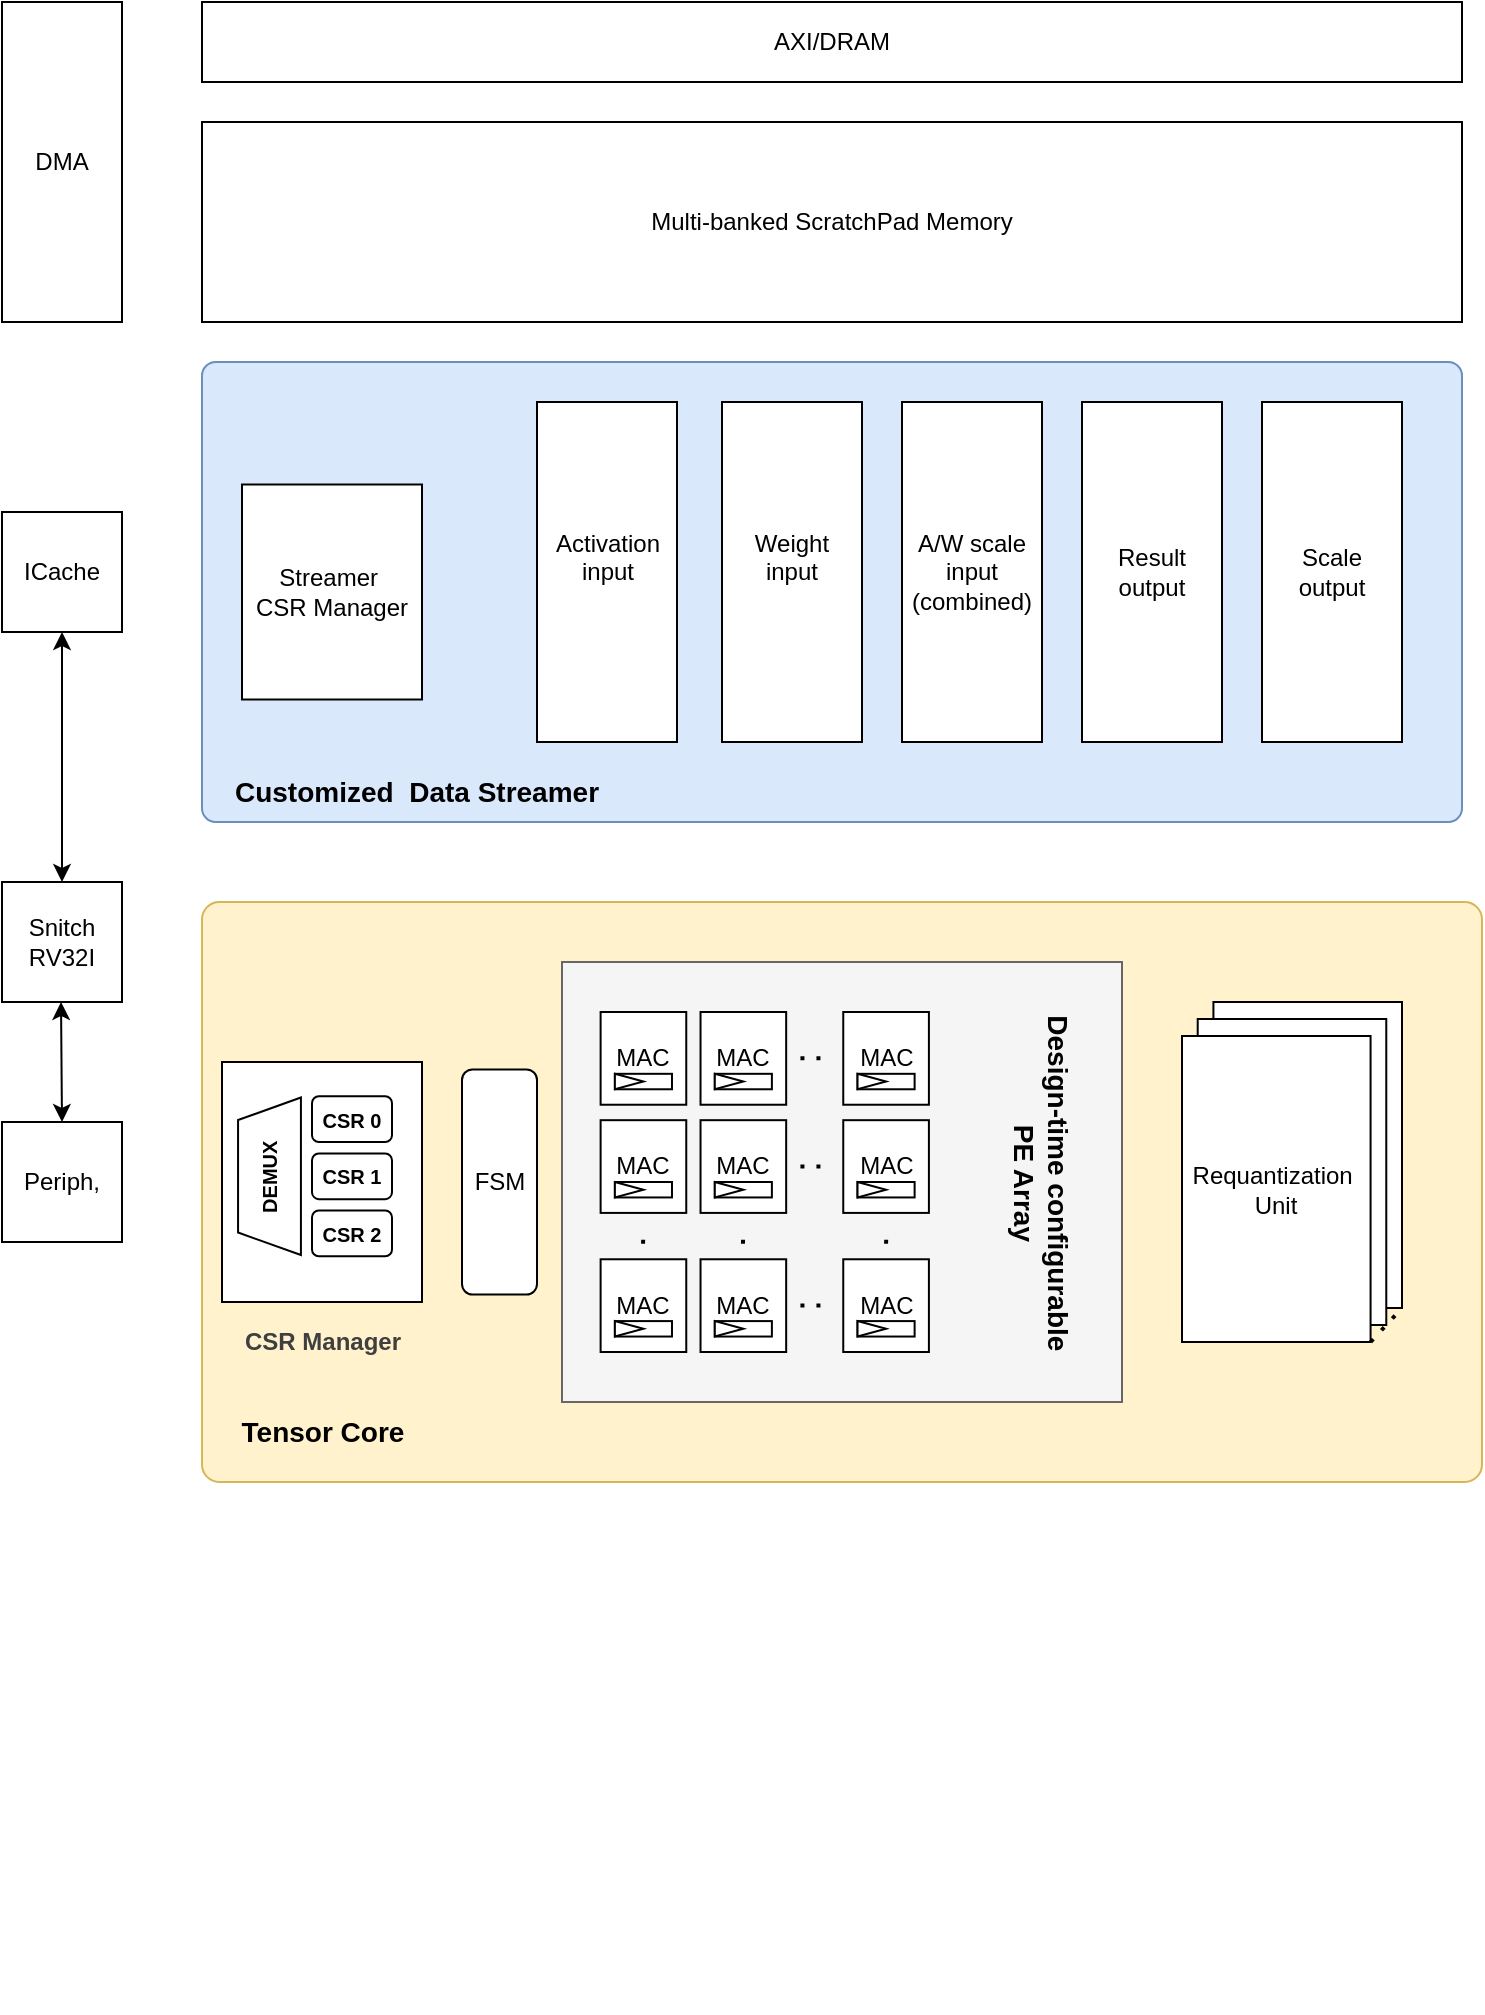
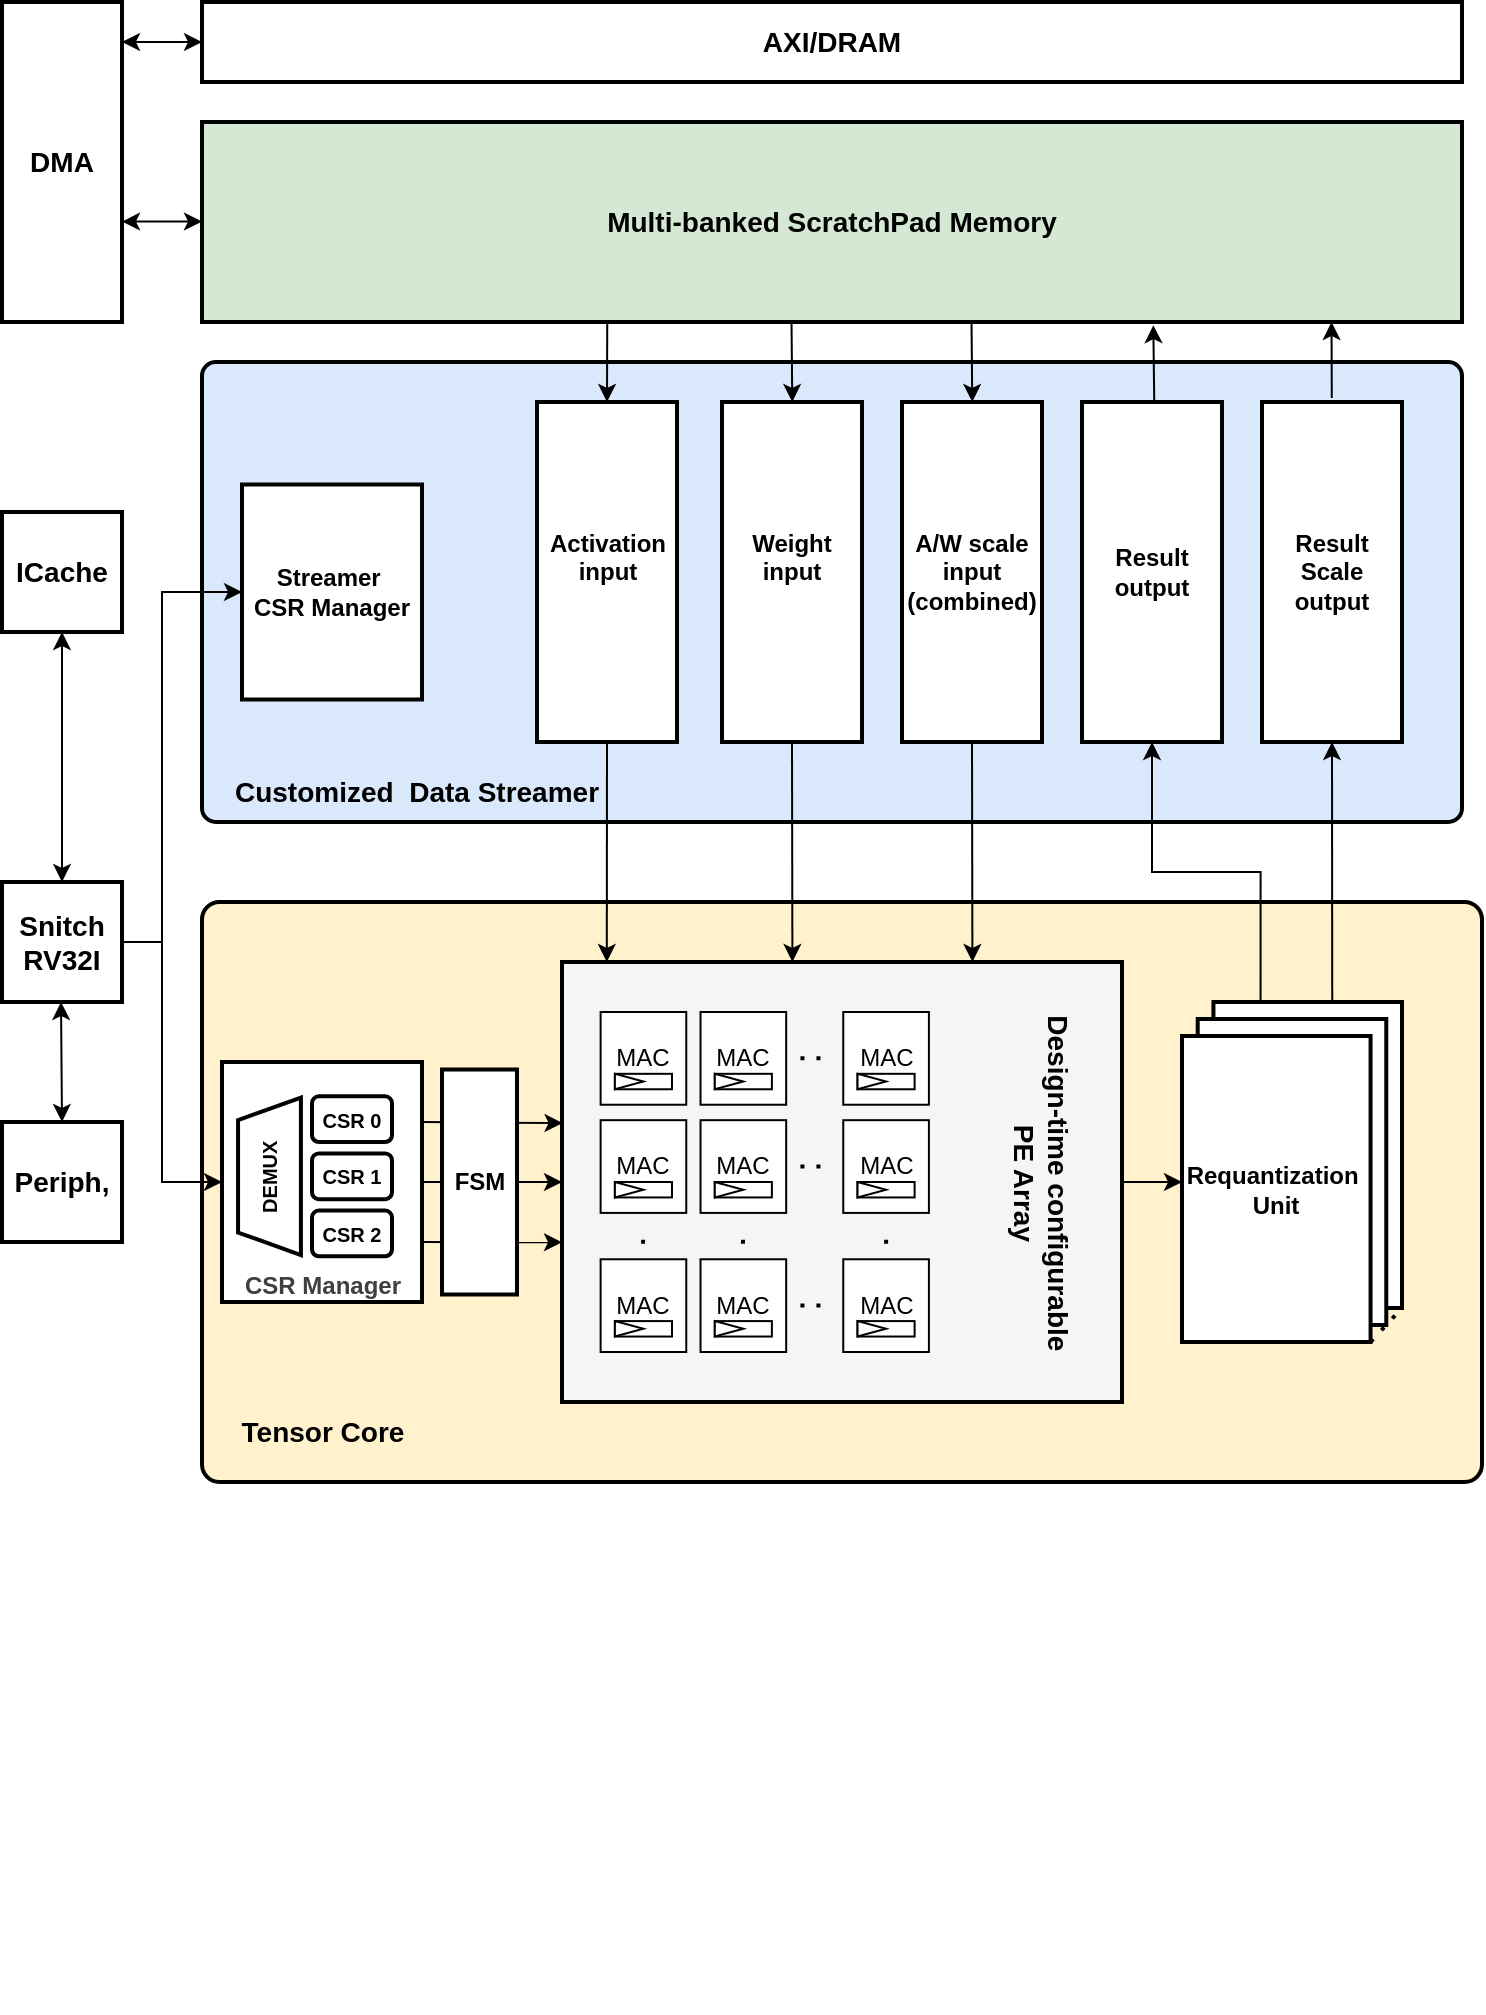
<mxfile host="65bd71144e">
    <diagram id="tterGfqB69VTAQMkCvwW" name="Page-1">
-         <mxGraphModel dx="695" dy="501" grid="1" gridSize="10" guides="1" tooltips="1" connect="1" arrows="1" fold="1" page="1" pageScale="1" pageWidth="1200" pageHeight="1600" math="0" shadow="0">
+         <mxGraphModel dx="797" dy="779" grid="1" gridSize="10" guides="1" tooltips="1" connect="1" arrows="1" fold="1" page="1" pageScale="1" pageWidth="1200" pageHeight="1600" math="0" shadow="0">
            <root>
                <mxCell id="0"/>
                <mxCell id="1" parent="0"/>
-                 <mxCell id="80" value="" style="rounded=1;whiteSpace=wrap;html=1;fillColor=#fff2cc;strokeColor=#d6b656;arcSize=3;" parent="1" vertex="1">
+                 <mxCell id="80" value="" style="rounded=1;whiteSpace=wrap;html=1;fillColor=#fff2cc;strokeColor=#000000;arcSize=3;strokeWidth=2;" parent="1" vertex="1">
                    <mxGeometry x="230" y="490" width="640" height="290" as="geometry"/>
                </mxCell>
-                 <mxCell id="16" value="" style="rounded=1;whiteSpace=wrap;html=1;fillColor=#dae8fc;strokeColor=#6c8ebf;arcSize=3;" parent="1" vertex="1">
+                 <mxCell id="16" value="" style="rounded=1;whiteSpace=wrap;html=1;fillColor=#dae8fc;strokeColor=#000000;arcSize=3;strokeWidth=2;" parent="1" vertex="1">
                    <mxGeometry x="230" y="220" width="630" height="230" as="geometry"/>
                </mxCell>
-                 <mxCell id="2" value="Multi-banked ScratchPad Memory" style="rounded=0;whiteSpace=wrap;html=1;" parent="1" vertex="1">
+                 <mxCell id="2" value="&lt;font style=&quot;font-size: 14px;&quot;&gt;&lt;b&gt;Multi-banked ScratchPad Memory&lt;/b&gt;&lt;/font&gt;" style="rounded=0;whiteSpace=wrap;html=1;fillColor=#d5e8d4;strokeColor=#000000;strokeWidth=2;" parent="1" vertex="1">
                    <mxGeometry x="230" y="100" width="630" height="100" as="geometry"/>
                </mxCell>
-                 <mxCell id="3" value="Activation&lt;div&gt;&lt;font color=&quot;#000000&quot;&gt;input&lt;br&gt;&lt;/font&gt;&lt;div&gt;&lt;br&gt;&lt;/div&gt;&lt;/div&gt;" style="rounded=0;whiteSpace=wrap;html=1;" parent="1" vertex="1">
+                 <mxCell id="3" value="&lt;b&gt;Activation&lt;/b&gt;&lt;div&gt;&lt;font color=&quot;#000000&quot;&gt;&lt;b&gt;input&lt;br&gt;&lt;/b&gt;&lt;/font&gt;&lt;div&gt;&lt;br&gt;&lt;/div&gt;&lt;/div&gt;" style="rounded=0;whiteSpace=wrap;html=1;strokeWidth=2;" parent="1" vertex="1">
                    <mxGeometry x="397.5" y="240" width="70" height="170" as="geometry"/>
                </mxCell>
-                 <mxCell id="4" value="Weight&lt;div&gt;&lt;font color=&quot;#000000&quot;&gt;input&lt;br&gt;&lt;/font&gt;&lt;div&gt;&lt;br&gt;&lt;/div&gt;&lt;/div&gt;" style="rounded=0;whiteSpace=wrap;html=1;" parent="1" vertex="1">
+                 <mxCell id="127" style="edgeStyle=none;html=1;exitX=0.5;exitY=1;exitDx=0;exitDy=0;" parent="1" source="4" edge="1">
+                     <mxGeometry relative="1" as="geometry">
+                         <mxPoint x="525.2" y="520" as="targetPoint"/>
+                     </mxGeometry>
+                 </mxCell>
+                 <mxCell id="4" value="&lt;b&gt;Weight&lt;/b&gt;&lt;div&gt;&lt;font color=&quot;#000000&quot;&gt;&lt;b&gt;input&lt;br&gt;&lt;/b&gt;&lt;/font&gt;&lt;div&gt;&lt;br&gt;&lt;/div&gt;&lt;/div&gt;" style="rounded=0;whiteSpace=wrap;html=1;strokeColor=default;strokeWidth=2;align=center;verticalAlign=middle;fontFamily=Helvetica;fontSize=12;fontColor=default;fillColor=default;" parent="1" vertex="1">
                    <mxGeometry x="490" y="240" width="70" height="170" as="geometry"/>
                </mxCell>
-                 <mxCell id="5" value="A/W scale&lt;div&gt;&lt;font color=&quot;#000000&quot;&gt;input&lt;/font&gt;&lt;/div&gt;&lt;div&gt;(combined)&lt;/div&gt;" style="rounded=0;whiteSpace=wrap;html=1;strokeColor=default;align=center;verticalAlign=middle;fontFamily=Helvetica;fontSize=12;fontColor=default;fillColor=default;" parent="1" vertex="1">
+                 <mxCell id="128" style="edgeStyle=none;html=1;exitX=0.5;exitY=1;exitDx=0;exitDy=0;" parent="1" source="5" edge="1">
+                     <mxGeometry relative="1" as="geometry">
+                         <mxPoint x="615.2" y="520" as="targetPoint"/>
+                     </mxGeometry>
+                 </mxCell>
+                 <mxCell id="5" value="&lt;b&gt;A/W scale&lt;/b&gt;&lt;div&gt;&lt;font color=&quot;#000000&quot;&gt;&lt;b&gt;input&lt;/b&gt;&lt;/font&gt;&lt;/div&gt;&lt;div&gt;&lt;b&gt;(combined)&lt;/b&gt;&lt;/div&gt;" style="rounded=0;whiteSpace=wrap;html=1;strokeColor=default;align=center;verticalAlign=middle;fontFamily=Helvetica;fontSize=12;fontColor=default;fillColor=default;strokeWidth=2;" parent="1" vertex="1">
                    <mxGeometry x="580" y="240" width="70" height="170" as="geometry"/>
                </mxCell>
-                 <mxCell id="6" value="Result&lt;div&gt;&lt;font color=&quot;#000000&quot;&gt;output&lt;/font&gt;&lt;/div&gt;" style="rounded=0;whiteSpace=wrap;html=1;" parent="1" vertex="1">
+                 <mxCell id="6" value="&lt;b&gt;Result&lt;/b&gt;&lt;div&gt;&lt;font color=&quot;#000000&quot;&gt;&lt;b&gt;output&lt;/b&gt;&lt;/font&gt;&lt;/div&gt;" style="rounded=0;whiteSpace=wrap;html=1;strokeColor=default;strokeWidth=2;align=center;verticalAlign=middle;fontFamily=Helvetica;fontSize=12;fontColor=default;fillColor=default;" parent="1" vertex="1">
                    <mxGeometry x="670" y="240" width="70" height="170" as="geometry"/>
                </mxCell>
-                 <mxCell id="7" value="Scale&lt;div&gt;&lt;font color=&quot;#000000&quot;&gt;output&lt;/font&gt;&lt;/div&gt;" style="rounded=0;whiteSpace=wrap;html=1;" parent="1" vertex="1">
+                 <mxCell id="7" value="&lt;b&gt;Result&lt;/b&gt;&lt;div&gt;&lt;b&gt;Scale&lt;/b&gt;&lt;div&gt;&lt;font color=&quot;#000000&quot;&gt;&lt;b&gt;output&lt;/b&gt;&lt;/font&gt;&lt;/div&gt;&lt;/div&gt;" style="rounded=0;whiteSpace=wrap;html=1;strokeColor=default;strokeWidth=2;align=center;verticalAlign=middle;fontFamily=Helvetica;fontSize=12;fontColor=default;fillColor=default;" parent="1" vertex="1">
                    <mxGeometry x="760" y="240" width="70" height="170" as="geometry"/>
                </mxCell>
                <mxCell id="17" value="&lt;b&gt;&lt;font style=&quot;font-size: 14px;&quot;&gt;Customized&amp;nbsp; Data Streamer&lt;/font&gt;&lt;/b&gt;" style="text;html=1;align=center;verticalAlign=middle;whiteSpace=wrap;rounded=0;" parent="1" vertex="1">
                    <mxGeometry x="200" y="420" width="275" height="30" as="geometry"/>
                </mxCell>
-                 <mxCell id="70" value="ICache" style="rounded=0;whiteSpace=wrap;html=1;" parent="1" vertex="1">
+                 <mxCell id="70" value="&lt;b&gt;&lt;font style=&quot;font-size: 14px;&quot;&gt;ICache&lt;/font&gt;&lt;/b&gt;" style="rounded=0;whiteSpace=wrap;html=1;strokeColor=default;strokeWidth=2;align=center;verticalAlign=middle;fontFamily=Helvetica;fontSize=12;fontColor=default;fillColor=default;" parent="1" vertex="1">
                    <mxGeometry x="130" y="295" width="60" height="60" as="geometry"/>
                </mxCell>
-                 <mxCell id="71" value="Snitch&lt;div&gt;RV32I&lt;/div&gt;" style="rounded=0;whiteSpace=wrap;html=1;" parent="1" vertex="1">
+                 <mxCell id="133" style="edgeStyle=none;html=1;exitX=1;exitY=0.5;exitDx=0;exitDy=0;entryX=0;entryY=0.5;entryDx=0;entryDy=0;rounded=0;curved=0;" parent="1" source="71" target="82" edge="1">
+                     <mxGeometry relative="1" as="geometry">
+                         <Array as="points">
+                             <mxPoint x="210" y="510"/>
+                             <mxPoint x="210" y="630"/>
+                         </Array>
+                     </mxGeometry>
+                 </mxCell>
+                 <mxCell id="134" style="edgeStyle=none;html=1;exitX=1;exitY=0.5;exitDx=0;exitDy=0;entryX=0;entryY=0.5;entryDx=0;entryDy=0;rounded=0;curved=0;" parent="1" source="71" target="75" edge="1">
+                     <mxGeometry relative="1" as="geometry">
+                         <Array as="points">
+                             <mxPoint x="210" y="510"/>
+                             <mxPoint x="210" y="335"/>
+                         </Array>
+                     </mxGeometry>
+                 </mxCell>
+                 <mxCell id="71" value="&lt;font style=&quot;font-size: 14px;&quot;&gt;&lt;b&gt;Snitch&lt;/b&gt;&lt;/font&gt;&lt;div&gt;&lt;font style=&quot;font-size: 14px;&quot;&gt;&lt;b&gt;RV32I&lt;/b&gt;&lt;/font&gt;&lt;/div&gt;" style="rounded=0;whiteSpace=wrap;html=1;strokeColor=default;strokeWidth=2;align=center;verticalAlign=middle;fontFamily=Helvetica;fontSize=12;fontColor=default;fillColor=default;" parent="1" vertex="1">
                    <mxGeometry x="130" y="480" width="60" height="60" as="geometry"/>
                </mxCell>
-                 <mxCell id="72" value="Periph," style="rounded=0;whiteSpace=wrap;html=1;" parent="1" vertex="1">
+                 <mxCell id="72" value="&lt;b&gt;&lt;font style=&quot;font-size: 14px;&quot;&gt;Periph,&lt;/font&gt;&lt;/b&gt;" style="rounded=0;whiteSpace=wrap;html=1;strokeColor=default;strokeWidth=2;align=center;verticalAlign=middle;fontFamily=Helvetica;fontSize=12;fontColor=default;fillColor=default;" parent="1" vertex="1">
                    <mxGeometry x="130" y="600" width="60" height="60" as="geometry"/>
                </mxCell>
-                 <mxCell id="73" value="DMA" style="rounded=0;whiteSpace=wrap;html=1;" parent="1" vertex="1">
+                 <mxCell id="73" value="&lt;b&gt;&lt;font style=&quot;font-size: 14px;&quot;&gt;DMA&lt;/font&gt;&lt;/b&gt;" style="rounded=0;whiteSpace=wrap;html=1;strokeWidth=2;" parent="1" vertex="1">
                    <mxGeometry x="130" y="40" width="60" height="160" as="geometry"/>
                </mxCell>
-                 <mxCell id="74" value="AXI/DRAM" style="rounded=0;whiteSpace=wrap;html=1;" parent="1" vertex="1">
+                 <mxCell id="74" value="&lt;b&gt;&lt;font style=&quot;font-size: 14px;&quot;&gt;AXI/DRAM&lt;/font&gt;&lt;/b&gt;" style="rounded=0;whiteSpace=wrap;html=1;strokeWidth=2;" parent="1" vertex="1">
                    <mxGeometry x="230" y="40" width="630" height="40" as="geometry"/>
                </mxCell>
-                 <mxCell id="75" value="Streamer&amp;nbsp;&lt;div&gt;CSR Manager&lt;/div&gt;" style="rounded=0;whiteSpace=wrap;html=1;rotation=0;" parent="1" vertex="1">
+                 <mxCell id="75" value="&lt;b&gt;Streamer&amp;nbsp;&lt;/b&gt;&lt;div&gt;&lt;b&gt;CSR Manager&lt;/b&gt;&lt;/div&gt;" style="rounded=0;whiteSpace=wrap;html=1;rotation=0;strokeColor=default;strokeWidth=2;align=center;verticalAlign=middle;fontFamily=Helvetica;fontSize=12;fontColor=default;fillColor=default;" parent="1" vertex="1">
                    <mxGeometry x="250" y="281.25" width="90" height="107.5" as="geometry"/>
                </mxCell>
                <mxCell id="77" value="" style="endArrow=classic;startArrow=classic;html=1;entryX=0.5;entryY=1;entryDx=0;entryDy=0;exitX=0.5;exitY=0;exitDx=0;exitDy=0;" parent="1" source="71" target="70" edge="1">
                    <mxGeometry width="50" height="50" relative="1" as="geometry">
                        <mxPoint x="110" y="420" as="sourcePoint"/>
                        <mxPoint x="160" y="370" as="targetPoint"/>
                    </mxGeometry>
                </mxCell>
                <mxCell id="78" value="" style="endArrow=classic;startArrow=classic;html=1;entryX=0.5;entryY=1;entryDx=0;entryDy=0;" parent="1" edge="1">
                    <mxGeometry width="50" height="50" relative="1" as="geometry">
                        <mxPoint x="160" y="600" as="sourcePoint"/>
                        <mxPoint x="159.5" y="540" as="targetPoint"/>
                    </mxGeometry>
                </mxCell>
-                 <mxCell id="81" value="" style="group" parent="1" vertex="1" connectable="0">
+                 <mxCell id="81" value="" style="group;strokeWidth=2;" parent="1" vertex="1" connectable="0">
                    <mxGeometry x="410" y="520" width="280" height="220" as="geometry"/>
                </mxCell>
-                 <mxCell id="15" value="" style="rounded=0;whiteSpace=wrap;html=1;fillColor=#f5f5f5;fontColor=#333333;strokeColor=#666666;" parent="81" vertex="1">
+                 <mxCell id="129" style="edgeStyle=none;html=1;exitX=1;exitY=0.5;exitDx=0;exitDy=0;" parent="81" source="15" edge="1">
+                     <mxGeometry relative="1" as="geometry">
+                         <mxPoint x="310" y="110" as="targetPoint"/>
+                     </mxGeometry>
+                 </mxCell>
+                 <mxCell id="15" value="" style="rounded=0;whiteSpace=wrap;html=1;fillColor=#f5f5f5;fontColor=#333333;strokeColor=light-dark(#000000, #959595);strokeWidth=2;" parent="81" vertex="1">
                    <mxGeometry width="280" height="220" as="geometry"/>
                </mxCell>
                <mxCell id="69" value="" style="group" parent="81" vertex="1" connectable="0">
                    <mxGeometry x="19.310344827586206" y="25" width="164.13793103448276" height="170" as="geometry"/>
                </mxCell>
                <mxCell id="18" value="MAC" style="rounded=0;whiteSpace=wrap;html=1;container=0;" parent="69" vertex="1">
                    <mxGeometry width="42.81859070464768" height="46.36363636363637" as="geometry"/>
                </mxCell>
                <mxCell id="19" value="" style="rounded=0;whiteSpace=wrap;html=1;container=0;" parent="69" vertex="1">
                    <mxGeometry x="7.136431784107979" y="30.909090909090878" width="28.545727136431783" height="7.7272727272727275" as="geometry"/>
                </mxCell>
                <mxCell id="20" value="" style="triangle;whiteSpace=wrap;html=1;container=0;" parent="69" vertex="1">
                    <mxGeometry x="7.136431784107979" y="30.909090909090878" width="14.272863568215891" height="7.7272727272727275" as="geometry"/>
                </mxCell>
                <mxCell id="28" value="MAC" style="rounded=0;whiteSpace=wrap;html=1;container=0;" parent="69" vertex="1">
                    <mxGeometry x="49.95502248875564" width="42.81859070464768" height="46.36363636363637" as="geometry"/>
                </mxCell>
                <mxCell id="29" value="" style="rounded=0;whiteSpace=wrap;html=1;container=0;" parent="69" vertex="1">
                    <mxGeometry x="57.091454272863615" y="30.909090909090878" width="28.545727136431783" height="7.7272727272727275" as="geometry"/>
                </mxCell>
                <mxCell id="30" value="" style="triangle;whiteSpace=wrap;html=1;container=0;" parent="69" vertex="1">
                    <mxGeometry x="57.091454272863615" y="30.909090909090878" width="14.272863568215891" height="7.7272727272727275" as="geometry"/>
                </mxCell>
                <mxCell id="34" value="MAC" style="rounded=0;whiteSpace=wrap;html=1;container=0;" parent="69" vertex="1">
                    <mxGeometry y="54.09090909090912" width="42.81859070464768" height="46.36363636363637" as="geometry"/>
                </mxCell>
                <mxCell id="35" value="" style="rounded=0;whiteSpace=wrap;html=1;container=0;" parent="69" vertex="1">
                    <mxGeometry x="7.136431784107979" y="85" width="28.545727136431783" height="7.7272727272727275" as="geometry"/>
                </mxCell>
                <mxCell id="36" value="" style="triangle;whiteSpace=wrap;html=1;container=0;" parent="69" vertex="1">
                    <mxGeometry x="7.136431784107979" y="85" width="14.272863568215891" height="7.7272727272727275" as="geometry"/>
                </mxCell>
                <mxCell id="37" value="MAC" style="rounded=0;whiteSpace=wrap;html=1;container=0;" parent="69" vertex="1">
                    <mxGeometry x="49.95502248875564" y="54.09090909090912" width="42.81859070464768" height="46.36363636363637" as="geometry"/>
                </mxCell>
                <mxCell id="38" value="" style="rounded=0;whiteSpace=wrap;html=1;container=0;" parent="69" vertex="1">
                    <mxGeometry x="57.091454272863615" y="85" width="28.545727136431783" height="7.7272727272727275" as="geometry"/>
                </mxCell>
                <mxCell id="39" value="" style="triangle;whiteSpace=wrap;html=1;container=0;" parent="69" vertex="1">
                    <mxGeometry x="57.091454272863615" y="85" width="14.272863568215891" height="7.7272727272727275" as="geometry"/>
                </mxCell>
                <mxCell id="40" value="MAC" style="rounded=0;whiteSpace=wrap;html=1;container=0;" parent="69" vertex="1">
                    <mxGeometry y="123.63636363636363" width="42.81859070464768" height="46.36363636363637" as="geometry"/>
                </mxCell>
                <mxCell id="41" value="" style="rounded=0;whiteSpace=wrap;html=1;container=0;" parent="69" vertex="1">
                    <mxGeometry x="7.136431784107979" y="154.5454545454545" width="28.545727136431783" height="7.7272727272727275" as="geometry"/>
                </mxCell>
                <mxCell id="42" value="" style="triangle;whiteSpace=wrap;html=1;container=0;" parent="69" vertex="1">
                    <mxGeometry x="7.136431784107979" y="154.5454545454545" width="14.272863568215891" height="7.7272727272727275" as="geometry"/>
                </mxCell>
                <mxCell id="43" value="MAC" style="rounded=0;whiteSpace=wrap;html=1;container=0;" parent="69" vertex="1">
                    <mxGeometry x="49.95502248875564" y="123.63636363636363" width="42.81859070464768" height="46.36363636363637" as="geometry"/>
                </mxCell>
                <mxCell id="44" value="" style="rounded=0;whiteSpace=wrap;html=1;container=0;" parent="69" vertex="1">
                    <mxGeometry x="57.091454272863615" y="154.5454545454545" width="28.545727136431783" height="7.7272727272727275" as="geometry"/>
                </mxCell>
                <mxCell id="45" value="" style="triangle;whiteSpace=wrap;html=1;container=0;" parent="69" vertex="1">
                    <mxGeometry x="57.091454272863615" y="154.5454545454545" width="14.272863568215891" height="7.7272727272727275" as="geometry"/>
                </mxCell>
                <mxCell id="52" value="MAC" style="rounded=0;whiteSpace=wrap;html=1;container=0;" parent="69" vertex="1">
                    <mxGeometry x="121.3193403298351" width="42.81859070464768" height="46.36363636363637" as="geometry"/>
                </mxCell>
                <mxCell id="53" value="" style="rounded=0;whiteSpace=wrap;html=1;container=0;" parent="69" vertex="1">
                    <mxGeometry x="128.45577211394297" y="30.909090909090878" width="28.545727136431783" height="7.7272727272727275" as="geometry"/>
                </mxCell>
                <mxCell id="54" value="" style="triangle;whiteSpace=wrap;html=1;container=0;" parent="69" vertex="1">
                    <mxGeometry x="128.45577211394297" y="30.909090909090878" width="14.272863568215891" height="7.7272727272727275" as="geometry"/>
                </mxCell>
                <mxCell id="55" value="MAC" style="rounded=0;whiteSpace=wrap;html=1;container=0;" parent="69" vertex="1">
                    <mxGeometry x="121.3193403298351" y="54.09090909090912" width="42.81859070464768" height="46.36363636363637" as="geometry"/>
                </mxCell>
                <mxCell id="56" value="" style="rounded=0;whiteSpace=wrap;html=1;container=0;" parent="69" vertex="1">
                    <mxGeometry x="128.45577211394297" y="85" width="28.545727136431783" height="7.7272727272727275" as="geometry"/>
                </mxCell>
                <mxCell id="57" value="" style="triangle;whiteSpace=wrap;html=1;container=0;" parent="69" vertex="1">
                    <mxGeometry x="128.45577211394297" y="85" width="14.272863568215891" height="7.7272727272727275" as="geometry"/>
                </mxCell>
                <mxCell id="58" value="MAC" style="rounded=0;whiteSpace=wrap;html=1;container=0;" parent="69" vertex="1">
                    <mxGeometry x="121.3193403298351" y="123.63636363636363" width="42.81859070464768" height="46.36363636363637" as="geometry"/>
                </mxCell>
                <mxCell id="59" value="" style="rounded=0;whiteSpace=wrap;html=1;container=0;" parent="69" vertex="1">
                    <mxGeometry x="128.45577211394297" y="154.5454545454545" width="28.545727136431783" height="7.7272727272727275" as="geometry"/>
                </mxCell>
                <mxCell id="60" value="" style="triangle;whiteSpace=wrap;html=1;container=0;" parent="69" vertex="1">
                    <mxGeometry x="128.45577211394297" y="154.5454545454545" width="14.272863568215891" height="7.7272727272727275" as="geometry"/>
                </mxCell>
                <mxCell id="61" value="" style="endArrow=none;dashed=1;html=1;dashPattern=1 3;strokeWidth=2;" parent="69" edge="1">
                    <mxGeometry width="50" height="50" relative="1" as="geometry">
                        <mxPoint x="99.91004497751128" y="23.096818181818207" as="sourcePoint"/>
                        <mxPoint x="114.18290854572713" y="23.096818181818207" as="targetPoint"/>
                    </mxGeometry>
                </mxCell>
                <mxCell id="62" value="" style="endArrow=none;dashed=1;html=1;dashPattern=1 3;strokeWidth=2;" parent="69" edge="1">
                    <mxGeometry width="50" height="50" relative="1" as="geometry">
                        <mxPoint x="99.91004497751128" y="77.18772727272722" as="sourcePoint"/>
                        <mxPoint x="114.18290854572713" y="77.18772727272722" as="targetPoint"/>
                    </mxGeometry>
                </mxCell>
                <mxCell id="63" value="" style="endArrow=none;dashed=1;html=1;dashPattern=1 3;strokeWidth=2;" parent="69" edge="1">
                    <mxGeometry width="50" height="50" relative="1" as="geometry">
                        <mxPoint x="99.91004497751128" y="146.73318181818183" as="sourcePoint"/>
                        <mxPoint x="114.18290854572713" y="146.73318181818183" as="targetPoint"/>
                    </mxGeometry>
                </mxCell>
                <mxCell id="65" value="" style="endArrow=none;dashed=1;html=1;dashPattern=1 3;strokeWidth=2;exitX=0.5;exitY=0;exitDx=0;exitDy=0;" parent="69" edge="1">
                    <mxGeometry width="50" height="50" relative="1" as="geometry">
                        <mxPoint x="21.20947526236881" y="115.90909090909088" as="sourcePoint"/>
                        <mxPoint x="21.40929535232383" y="108.18181818181824" as="targetPoint"/>
                    </mxGeometry>
                </mxCell>
                <mxCell id="66" value="" style="endArrow=none;dashed=1;html=1;dashPattern=1 3;strokeWidth=2;exitX=0.5;exitY=0;exitDx=0;exitDy=0;" parent="69" edge="1">
                    <mxGeometry width="50" height="50" relative="1" as="geometry">
                        <mxPoint x="71.16449775112444" y="115.90909090909088" as="sourcePoint"/>
                        <mxPoint x="71.36431784107947" y="108.18181818181824" as="targetPoint"/>
                    </mxGeometry>
                </mxCell>
                <mxCell id="67" value="" style="endArrow=none;dashed=1;html=1;dashPattern=1 3;strokeWidth=2;exitX=0.5;exitY=0;exitDx=0;exitDy=0;" parent="69" edge="1">
                    <mxGeometry width="50" height="50" relative="1" as="geometry">
                        <mxPoint x="142.72863568215894" y="115.90909090909088" as="sourcePoint"/>
                        <mxPoint x="142.92845577211395" y="108.18181818181824" as="targetPoint"/>
                    </mxGeometry>
                </mxCell>
                <mxCell id="79" value="&lt;b&gt;&lt;font style=&quot;font-size: 14px;&quot;&gt;Design-time configurable&lt;/font&gt;&lt;/b&gt;&lt;div&gt;&lt;b&gt;&lt;font style=&quot;font-size: 14px;&quot;&gt;PE Array&lt;/font&gt;&lt;/b&gt;&lt;/div&gt;" style="text;html=1;align=center;verticalAlign=middle;resizable=0;points=[];autosize=1;strokeColor=none;fillColor=none;rotation=90;" parent="81" vertex="1">
                    <mxGeometry x="144.82758620689657" y="85" width="190" height="50" as="geometry"/>
                </mxCell>
-                 <mxCell id="83" value="FSM" style="rounded=1;whiteSpace=wrap;html=1;arcSize=14;" parent="1" vertex="1">
-                     <mxGeometry x="360" y="573.75" width="37.5" height="112.5" as="geometry"/>
-                 </mxCell>
                <mxCell id="93" value="" style="group" parent="1" vertex="1" connectable="0">
                    <mxGeometry x="720" y="540" width="110" height="170" as="geometry"/>
                </mxCell>
-                 <mxCell id="91" value="" style="rounded=0;whiteSpace=wrap;html=1;" parent="93" vertex="1">
+                 <mxCell id="91" value="" style="rounded=0;whiteSpace=wrap;html=1;strokeWidth=2;" parent="93" vertex="1">
                    <mxGeometry x="15.714285714285714" width="94.28571428571428" height="153" as="geometry"/>
                </mxCell>
-                 <mxCell id="89" value="" style="rounded=0;whiteSpace=wrap;html=1;" parent="93" vertex="1">
+                 <mxCell id="89" value="" style="rounded=0;whiteSpace=wrap;html=1;strokeWidth=2;" parent="93" vertex="1">
                    <mxGeometry x="7.857142857142857" y="8.5" width="94.28571428571428" height="153" as="geometry"/>
                </mxCell>
-                 <mxCell id="90" value="&lt;span style=&quot;color: rgb(0, 0, 0);&quot;&gt;Requantization&amp;nbsp;&lt;/span&gt;&lt;div&gt;&lt;span style=&quot;color: rgb(0, 0, 0);&quot;&gt;Unit&lt;/span&gt;&lt;/div&gt;" style="rounded=0;whiteSpace=wrap;html=1;" parent="93" vertex="1">
+                 <mxCell id="90" value="&lt;span style=&quot;color: rgb(0, 0, 0);&quot;&gt;&lt;b&gt;Requantization&amp;nbsp;&lt;/b&gt;&lt;/span&gt;&lt;div&gt;&lt;span style=&quot;color: rgb(0, 0, 0);&quot;&gt;&lt;b&gt;Unit&lt;/b&gt;&lt;/span&gt;&lt;/div&gt;" style="rounded=0;whiteSpace=wrap;html=1;strokeWidth=2;" parent="93" vertex="1">
                    <mxGeometry y="17" width="94.28571428571428" height="153" as="geometry"/>
                </mxCell>
                <mxCell id="92" value="" style="endArrow=none;dashed=1;html=1;dashPattern=1 3;strokeWidth=2;" parent="93" edge="1">
                    <mxGeometry width="50" height="50" relative="1" as="geometry">
                        <mxPoint x="94.28571428571428" y="170" as="sourcePoint"/>
                        <mxPoint x="110" y="153" as="targetPoint"/>
                    </mxGeometry>
                </mxCell>
-                 <mxCell id="117" value="" style="group" parent="1" vertex="1" connectable="0">
+                 <mxCell id="117" value="" style="group;strokeWidth=2;" parent="1" vertex="1" connectable="0">
                    <mxGeometry x="410" y="820" width="179.75" height="225.00142857142862" as="geometry"/>
                </mxCell>
                <mxCell id="116" value="" style="group" parent="117" vertex="1" connectable="0">
-                     <mxGeometry x="-170" y="-250" width="100" height="120" as="geometry"/>
-                 </mxCell>
-                 <mxCell id="82" value="" style="rounded=0;whiteSpace=wrap;html=1;rotation=0;" parent="116" vertex="1">
+                     <mxGeometry x="-170" y="-250" width="100" height="127.1414285714286" as="geometry"/>
+                 </mxCell>
+                 <mxCell id="140" style="edgeStyle=none;html=1;exitX=1;exitY=0.75;exitDx=0;exitDy=0;" parent="116" source="82" edge="1">
+                     <mxGeometry relative="1" as="geometry">
+                         <mxPoint x="170" y="90.14285714285711" as="targetPoint"/>
+                     </mxGeometry>
+                 </mxCell>
+                 <mxCell id="82" value="" style="rounded=0;whiteSpace=wrap;html=1;rotation=0;strokeWidth=2;" parent="116" vertex="1">
                    <mxGeometry width="100" height="120" as="geometry"/>
                </mxCell>
-                 <mxCell id="100" value="&lt;font style=&quot;font-size: 10px;&quot;&gt;&lt;b&gt;DEMUX&lt;/b&gt;&lt;/font&gt;" style="shape=trapezoid;perimeter=trapezoidPerimeter;whiteSpace=wrap;html=1;fixedSize=1;size=11.25;rotation=-90;" parent="116" vertex="1">
+                 <mxCell id="100" value="&lt;font style=&quot;font-size: 10px;&quot;&gt;&lt;b&gt;DEMUX&lt;/b&gt;&lt;/font&gt;" style="shape=trapezoid;perimeter=trapezoidPerimeter;whiteSpace=wrap;html=1;fixedSize=1;size=11.25;rotation=-90;strokeWidth=2;" parent="116" vertex="1">
                    <mxGeometry x="-15.63" y="41.43" width="78.75" height="31.43" as="geometry"/>
                </mxCell>
-                 <mxCell id="101" value="&lt;font style=&quot;font-size: 10px;&quot;&gt;&lt;b&gt;CSR 0&lt;/b&gt;&lt;/font&gt;" style="rounded=1;whiteSpace=wrap;html=1;" parent="116" vertex="1">
+                 <mxCell id="101" value="&lt;font style=&quot;font-size: 10px;&quot;&gt;&lt;b&gt;CSR 0&lt;/b&gt;&lt;/font&gt;" style="rounded=1;whiteSpace=wrap;html=1;strokeWidth=2;" parent="116" vertex="1">
                    <mxGeometry x="44.99999999999999" y="17.142857142857142" width="40" height="22.857142857142858" as="geometry"/>
                </mxCell>
-                 <mxCell id="102" value="&lt;font style=&quot;font-size: 10px;&quot;&gt;&lt;b&gt;CSR 1&lt;/b&gt;&lt;/font&gt;" style="rounded=1;whiteSpace=wrap;html=1;" parent="116" vertex="1">
+                 <mxCell id="102" value="&lt;font style=&quot;font-size: 10px;&quot;&gt;&lt;b&gt;CSR 1&lt;/b&gt;&lt;/font&gt;" style="rounded=1;whiteSpace=wrap;html=1;strokeWidth=2;" parent="116" vertex="1">
                    <mxGeometry x="44.99999999999999" y="45.714285714285715" width="40" height="22.857142857142858" as="geometry"/>
                </mxCell>
-                 <mxCell id="103" value="&lt;font style=&quot;font-size: 10px;&quot;&gt;&lt;b&gt;CSR 2&lt;/b&gt;&lt;/font&gt;" style="rounded=1;whiteSpace=wrap;html=1;" parent="116" vertex="1">
+                 <mxCell id="103" value="&lt;font style=&quot;font-size: 10px;&quot;&gt;&lt;b&gt;CSR 2&lt;/b&gt;&lt;/font&gt;" style="rounded=1;whiteSpace=wrap;html=1;strokeWidth=2;" parent="116" vertex="1">
                    <mxGeometry x="44.99999999999999" y="74.28571428571429" width="40" height="22.857142857142858" as="geometry"/>
                </mxCell>
-                 <mxCell id="105" value="&lt;div&gt;&lt;b&gt;&lt;span style=&quot;color: rgb(63, 63, 63); background-color: transparent;&quot;&gt;CSR Manager&lt;/span&gt;&lt;/b&gt;&lt;/div&gt;" style="text;html=1;align=center;verticalAlign=middle;resizable=0;points=[];autosize=1;strokeColor=none;fillColor=none;" parent="1" vertex="1">
-                     <mxGeometry x="240" y="695.0014285714286" width="100" height="30" as="geometry"/>
+                 <mxCell id="105" value="&lt;div&gt;&lt;b&gt;&lt;span style=&quot;color: rgb(63, 63, 63); background-color: transparent;&quot;&gt;CSR Manager&lt;/span&gt;&lt;/b&gt;&lt;/div&gt;" style="text;html=1;align=center;verticalAlign=middle;resizable=0;points=[];autosize=1;strokeColor=none;fillColor=none;" parent="116" vertex="1">
+                     <mxGeometry y="97.1414285714286" width="100" height="30" as="geometry"/>
                </mxCell>
                <mxCell id="118" value="&lt;font style=&quot;font-size: 14px;&quot;&gt;&lt;b&gt;Tensor Core&lt;/b&gt;&lt;/font&gt;" style="text;html=1;align=center;verticalAlign=middle;resizable=0;points=[];autosize=1;strokeColor=none;fillColor=none;" parent="1" vertex="1">
                    <mxGeometry x="240" y="740" width="100" height="30" as="geometry"/>
+                 </mxCell>
+                 <mxCell id="119" value="" style="endArrow=classic;html=1;entryX=0.5;entryY=0;entryDx=0;entryDy=0;exitX=0.322;exitY=0.979;exitDx=0;exitDy=0;exitPerimeter=0;" parent="1" target="3" edge="1">
+                     <mxGeometry width="50" height="50" relative="1" as="geometry">
+                         <mxPoint x="432.6200000000001" y="199.99999999999997" as="sourcePoint"/>
+                         <mxPoint x="432.26" y="242.1" as="targetPoint"/>
+                     </mxGeometry>
+                 </mxCell>
+                 <mxCell id="120" value="" style="endArrow=classic;html=1;entryX=0.5;entryY=0;entryDx=0;entryDy=0;exitX=0.322;exitY=0.979;exitDx=0;exitDy=0;exitPerimeter=0;" parent="1" edge="1">
+                     <mxGeometry width="50" height="50" relative="1" as="geometry">
+                         <mxPoint x="524.7600000000001" y="199.99999999999997" as="sourcePoint"/>
+                         <mxPoint x="525.14" y="240" as="targetPoint"/>
+                     </mxGeometry>
+                 </mxCell>
+                 <mxCell id="121" value="" style="endArrow=classic;html=1;entryX=0.5;entryY=0;entryDx=0;entryDy=0;exitX=0.322;exitY=0.979;exitDx=0;exitDy=0;exitPerimeter=0;" parent="1" edge="1">
+                     <mxGeometry width="50" height="50" relative="1" as="geometry">
+                         <mxPoint x="614.7600000000001" y="199.99999999999997" as="sourcePoint"/>
+                         <mxPoint x="615.14" y="240" as="targetPoint"/>
+                     </mxGeometry>
+                 </mxCell>
+                 <mxCell id="122" value="" style="endArrow=classic;html=1;entryX=0.755;entryY=1.016;entryDx=0;entryDy=0;exitX=0.322;exitY=0.979;exitDx=0;exitDy=0;exitPerimeter=0;entryPerimeter=0;" parent="1" target="2" edge="1">
+                     <mxGeometry width="50" height="50" relative="1" as="geometry">
+                         <mxPoint x="706.1300000000001" y="239.99999999999997" as="sourcePoint"/>
+                         <mxPoint x="703.8700000000002" y="200" as="targetPoint"/>
+                     </mxGeometry>
+                 </mxCell>
+                 <mxCell id="123" value="" style="endArrow=classic;html=1;entryX=0.755;entryY=1.016;entryDx=0;entryDy=0;exitX=0.322;exitY=0.979;exitDx=0;exitDy=0;exitPerimeter=0;entryPerimeter=0;" parent="1" edge="1">
+                     <mxGeometry width="50" height="50" relative="1" as="geometry">
+                         <mxPoint x="794.8900000000001" y="237.99999999999997" as="sourcePoint"/>
+                         <mxPoint x="794.76" y="200" as="targetPoint"/>
+                     </mxGeometry>
+                 </mxCell>
+                 <mxCell id="126" style="edgeStyle=none;html=1;exitX=0.5;exitY=1;exitDx=0;exitDy=0;" parent="1" source="3" edge="1">
+                     <mxGeometry relative="1" as="geometry">
+                         <mxPoint x="432.4" y="520" as="targetPoint"/>
+                     </mxGeometry>
+                 </mxCell>
+                 <mxCell id="130" value="" style="endArrow=classic;html=1;entryX=0.5;entryY=1;entryDx=0;entryDy=0;exitX=0.25;exitY=0;exitDx=0;exitDy=0;edgeStyle=orthogonalEdgeStyle;rounded=0;curved=0;" parent="1" source="91" target="6" edge="1">
+                     <mxGeometry width="50" height="50" relative="1" as="geometry">
+                         <mxPoint x="680" y="510" as="sourcePoint"/>
+                         <mxPoint x="730" y="460" as="targetPoint"/>
+                     </mxGeometry>
+                 </mxCell>
+                 <mxCell id="131" value="" style="endArrow=classic;html=1;entryX=0.5;entryY=1;entryDx=0;entryDy=0;exitX=0.883;exitY=0.172;exitDx=0;exitDy=0;exitPerimeter=0;" parent="1" source="80" target="7" edge="1">
+                     <mxGeometry width="50" height="50" relative="1" as="geometry">
+                         <mxPoint x="780" y="520" as="sourcePoint"/>
+                         <mxPoint x="830" y="470" as="targetPoint"/>
+                     </mxGeometry>
+                 </mxCell>
+                 <mxCell id="135" value="" style="endArrow=classic;startArrow=classic;html=1;entryX=0;entryY=0.5;entryDx=0;entryDy=0;" parent="1" target="74" edge="1">
+                     <mxGeometry width="50" height="50" relative="1" as="geometry">
+                         <mxPoint x="190" y="60" as="sourcePoint"/>
+                         <mxPoint x="240" y="10" as="targetPoint"/>
+                     </mxGeometry>
+                 </mxCell>
+                 <mxCell id="136" value="" style="endArrow=classic;startArrow=classic;html=1;entryX=0;entryY=0.5;entryDx=0;entryDy=0;" parent="1" edge="1">
+                     <mxGeometry width="50" height="50" relative="1" as="geometry">
+                         <mxPoint x="190" y="149.76" as="sourcePoint"/>
+                         <mxPoint x="230" y="149.76" as="targetPoint"/>
+                     </mxGeometry>
+                 </mxCell>
+                 <mxCell id="138" style="edgeStyle=none;html=1;exitX=1;exitY=0.25;exitDx=0;exitDy=0;entryX=0.001;entryY=0.366;entryDx=0;entryDy=0;entryPerimeter=0;" parent="1" source="82" target="15" edge="1">
+                     <mxGeometry relative="1" as="geometry"/>
+                 </mxCell>
+                 <mxCell id="139" style="edgeStyle=none;html=1;exitX=1;exitY=0.5;exitDx=0;exitDy=0;entryX=0;entryY=0.5;entryDx=0;entryDy=0;" parent="1" source="82" target="15" edge="1">
+                     <mxGeometry relative="1" as="geometry"/>
+                 </mxCell>
+                 <mxCell id="83" value="&lt;b&gt;FSM&lt;/b&gt;" style="rounded=0;whiteSpace=wrap;html=1;arcSize=14;strokeColor=default;strokeWidth=2;align=center;verticalAlign=middle;fontFamily=Helvetica;fontSize=12;fontColor=default;fillColor=default;" parent="1" vertex="1">
+                     <mxGeometry x="350" y="573.75" width="37.5" height="112.5" as="geometry"/>
                </mxCell>
            </root>
        </mxGraphModel>
    </diagram>
</mxfile>